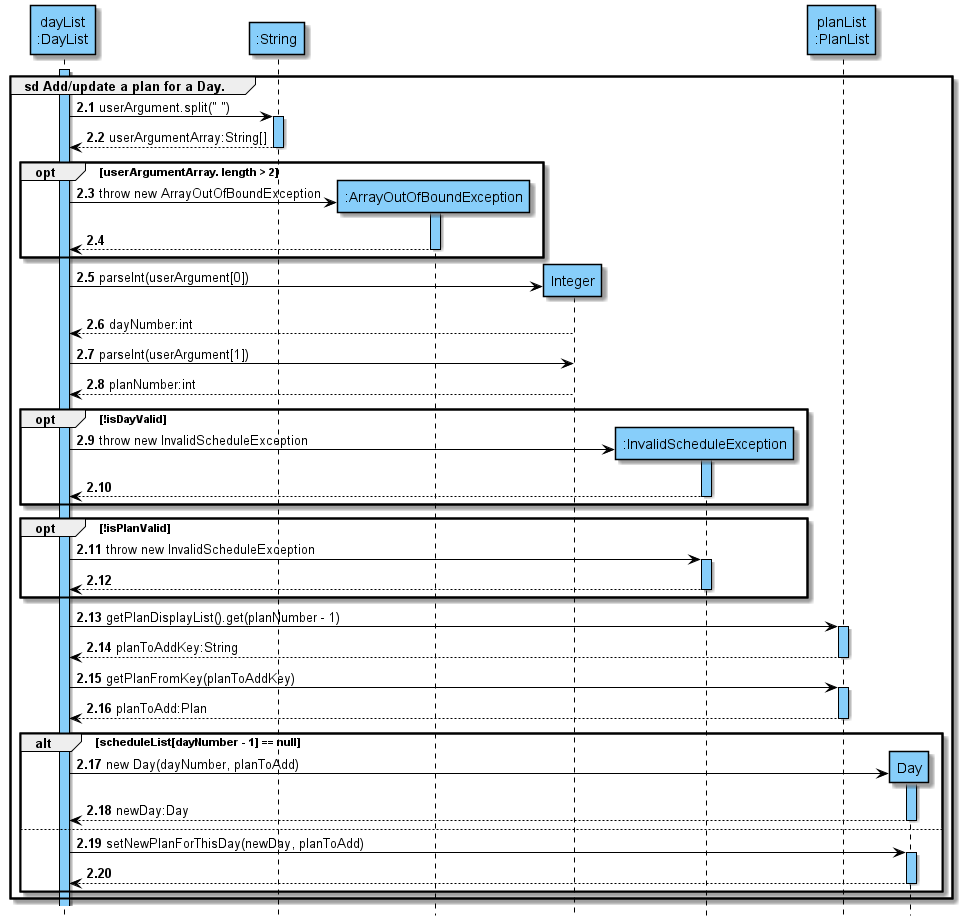
Above: docs/uml/sequenceDiagrams/schedule/images/updateScheduleDetails.png in nus-cs2113-AY2122S2/tp (PlantUML), before the change.
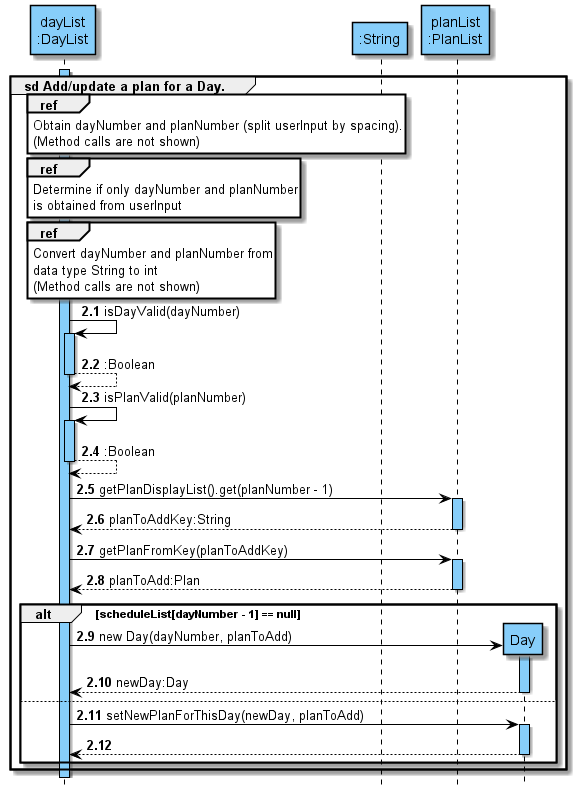
The same diagram one commit later.

Change to the diagram source:
```diff
@@ -13,38 +13,29 @@
 group sd Add/update a plan for a Day.
 
 
-DayList -> string : userArgument.split(" ")
-activate string COLOR_LOGIC
-return userArgumentArray:String[]
-
-
-opt userArgumentArray. length > 2
-create ":ArrayOutOfBoundException" AS iee COLOR_LOGIC
-DayList -> iee : throw new ArrayOutOfBoundException
-activate iee COLOR_LOGIC
-return
-deactivate iee
-end
-create "Integer" AS int COLOR_LOGIC
-DayList -> int: parseInt(userArgument[0])
-return dayNumber:int
-DayList -> int: parseInt(userArgument[1])
-return planNumber:int
-
-opt !isDayValid
-create ":InvalidScheduleException" AS ise COLOR_LOGIC
-DayList -> ise : throw new InvalidScheduleException
-activate ise COLOR_LOGIC
-return
-deactivate ise
+ref over DayList
+Obtain dayNumber and planNumber (split userInput by spacing).
+(Method calls are not shown)
 end
 
-opt !isPlanValid
-DayList -> ise : throw new InvalidScheduleException
-activate ise COLOR_LOGIC
-return
-deactivate ise
+ref over DayList
+Determine if only dayNumber and planNumber
+is obtained from userInput
 end
+
+ref over DayList
+Convert dayNumber and planNumber from
+data type String to int
+(Method calls are not shown)
+end
+
+DayList -> DayList:isDayValid(dayNumber)
+activate DayList COLOR_LOGIC
+return :Boolean
+
+DayList -> DayList:isPlanValid(planNumber)
+activate DayList COLOR_LOGIC
+return :Boolean
 
 participant "planList\n:PlanList" AS PlanList COLOR_LOGIC
 DayList -> PlanList : getPlanDisplayList().get(planNumber - 1)
```
